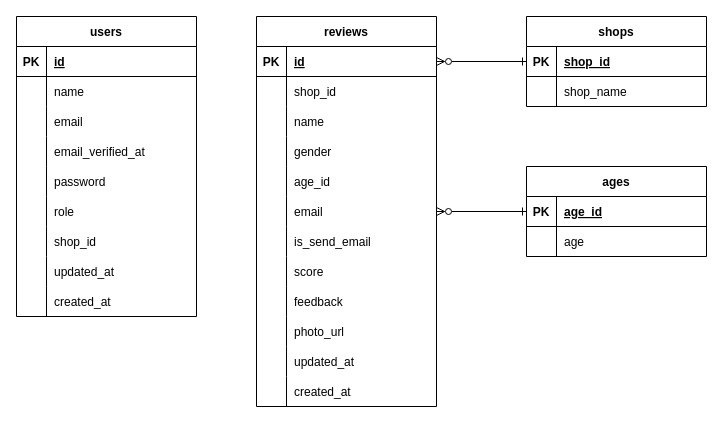
The draw.io diagram ER.dio in junichi4250/questionary, before the edit. Source tidied: cells renumbered, new cells numbered last; positions are measured from the earlier drawing's top-left corner, leaving out a move shared by most shapes. Both pictures are drawn from the tidied source at 100%, with x=0, y=0 at pixel (16, 16).
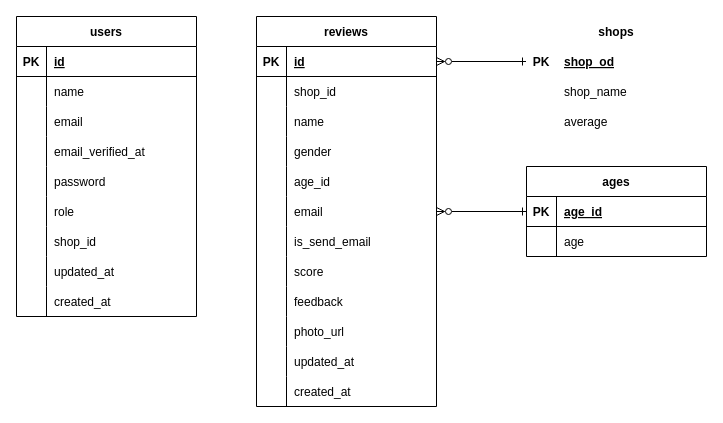
After the change.

Commit message (it also covers changes not shown here):
feat 評価平均点

Unchanged cells that the change refers to:
```xml
<mxCell id="4" style="shape=partialRectangle;fillColor=none;top=0;left=0;bottom=1;right=0;points=[[0,0.5],[1,0.5]];portConstraint=eastwest;" parent="3" vertex="1">
  <mxGeometry y="30" width="180" height="30" as="geometry" />
</mxCell>
```

Diff of the diagram source:
```diff
@@
-    <mxCell id="2" style="edgeStyle=none;html=1;entryX=0;entryY=0.5;entryDx=0;entryDy=0;exitX=1;exitY=0.5;exitDx=0;exitDy=0;startArrow=ERzeroToMany;startFill=0;endArrow=ERone;endFill=0;" parent="1" edge="1" source="4" target="41">
-      <mxGeometry relative="1" as="geometry" />
+    <mxCell id="2" style="edgeStyle=none;html=1;entryX=0;entryY=0.5;entryDx=0;entryDy=0;exitX=1;exitY=0.5;exitDx=0;exitDy=0;startArrow=ERzeroToMany;startFill=0;endArrow=ERone;endFill=0;" parent="1" edge="1" source="4">
+      <mxGeometry relative="1" as="geometry">
+        <mxPoint x="510" y="45" as="targetPoint" />
+      </mxGeometry>
     </mxCell>
@@
-    <mxCell id="40" value="shops" style="shape=table;startSize=30;childLayout=tableLayout;rowLines=0;fontStyle=1;align=center;" parent="1" vertex="1">
-      <mxGeometry x="510" width="180" height="90" as="geometry" />
-    </mxCell>
-    <mxCell id="41" style="shape=partialRectangle;fillColor=none;top=0;left=0;bottom=1;right=0;points=[[0,0.5],[1,0.5]];portConstraint=eastwest;" parent="40" vertex="1">
-      <mxGeometry y="30" width="180" height="30" as="geometry" />
-    </mxCell>
-    <mxCell id="42" value="PK" style="shape=partialRectangle;fillColor=none;top=0;left=0;bottom=0;right=0;fontStyle=1;overflow=hidden;" parent="41" vertex="1">
-      <mxGeometry width="30" height="30" as="geometry" />
-    </mxCell>
-    <mxCell id="43" value="shop_id" style="shape=partialRectangle;fillColor=none;top=0;left=0;bottom=0;right=0;align=left;spacingLeft=6;fontStyle=5;overflow=hidden;" parent="41" vertex="1">
-      <mxGeometry x="30" width="150" height="30" as="geometry" />
-    </mxCell>
-    <mxCell id="44" style="shape=partialRectangle;fillColor=none;top=0;left=0;bottom=0;right=0;" parent="40" vertex="1">
-      <mxGeometry y="60" width="180" height="30" as="geometry" />
-    </mxCell>
-    <mxCell id="45" style="shape=partialRectangle;fillColor=none;top=0;left=0;bottom=0;right=0;overflow=hidden;" parent="44" vertex="1">
-      <mxGeometry width="30" height="30" as="geometry" />
-    </mxCell>
-    <mxCell id="46" value="shop_name" style="shape=partialRectangle;fillColor=none;top=0;left=0;bottom=0;right=0;align=left;spacingLeft=6;overflow=hidden;" parent="44" vertex="1">
-      <mxGeometry x="30" width="150" height="30" as="geometry" />
-    </mxCell>
@@
+    <mxCell id="40" value="shops" style="shape=table;startSize=30;childLayout=tableLayout;rowLines=0;fontStyle=1;align=center;strokeColor=#FFFFFF;fillColor=default;" parent="1" vertex="1">
+      <mxGeometry x="510" width="180" height="120" as="geometry" />
+    </mxCell>
+    <mxCell id="83" style="shape=partialRectangle;fillColor=none;top=0;left=0;bottom=1;right=0;strokeColor=#FFFFFF;" parent="40" vertex="1">
+      <mxGeometry y="30" width="180" height="30" as="geometry" />
+    </mxCell>
+    <mxCell id="42" value="PK" style="shape=partialRectangle;fillColor=none;top=0;left=0;bottom=0;right=0;fontStyle=1;overflow=hidden;strokeColor=#FFFFFF;" parent="83" vertex="1">
+      <mxGeometry width="30" height="30" as="geometry" />
+    </mxCell>
+    <mxCell id="84" value="shop_od" style="shape=partialRectangle;fillColor=none;top=0;left=0;bottom=0;right=0;align=left;spacingLeft=6;fontStyle=5;overflow=hidden;strokeColor=#FFFFFF;" parent="83" vertex="1">
+      <mxGeometry x="30" width="150" height="30" as="geometry" />
+    </mxCell>
+    <mxCell id="85" style="shape=partialRectangle;fillColor=none;top=0;left=0;bottom=0;right=0;strokeColor=#FFFFFF;" parent="40" vertex="1">
+      <mxGeometry y="60" width="180" height="30" as="geometry" />
+    </mxCell>
+    <mxCell id="86" style="shape=partialRectangle;fillColor=none;top=0;left=0;bottom=0;right=0;overflow=hidden;strokeColor=#FFFFFF;" parent="85" vertex="1">
+      <mxGeometry width="30" height="30" as="geometry" />
+    </mxCell>
+    <mxCell id="46" value="shop_name" style="shape=partialRectangle;fillColor=none;top=0;left=0;bottom=0;right=0;align=left;spacingLeft=6;overflow=hidden;strokeColor=#FFFFFF;" parent="85" vertex="1">
+      <mxGeometry x="30" width="150" height="30" as="geometry" />
+    </mxCell>
+    <mxCell id="87" style="shape=partialRectangle;fillColor=none;top=0;left=0;bottom=0;right=0;strokeColor=#FFFFFF;" parent="40" vertex="1">
+      <mxGeometry y="90" width="180" height="30" as="geometry" />
+    </mxCell>
+    <mxCell id="88" style="shape=partialRectangle;fillColor=none;top=0;left=0;bottom=0;right=0;overflow=hidden;strokeColor=#FFFFFF;" parent="87" vertex="1">
+      <mxGeometry width="30" height="30" as="geometry" />
+    </mxCell>
+    <mxCell id="89" value="average" style="shape=partialRectangle;fillColor=none;top=0;left=0;bottom=0;right=0;align=left;spacingLeft=6;overflow=hidden;strokeColor=#FFFFFF;" parent="87" vertex="1">
+      <mxGeometry x="30" width="150" height="30" as="geometry" />
+    </mxCell>
```
